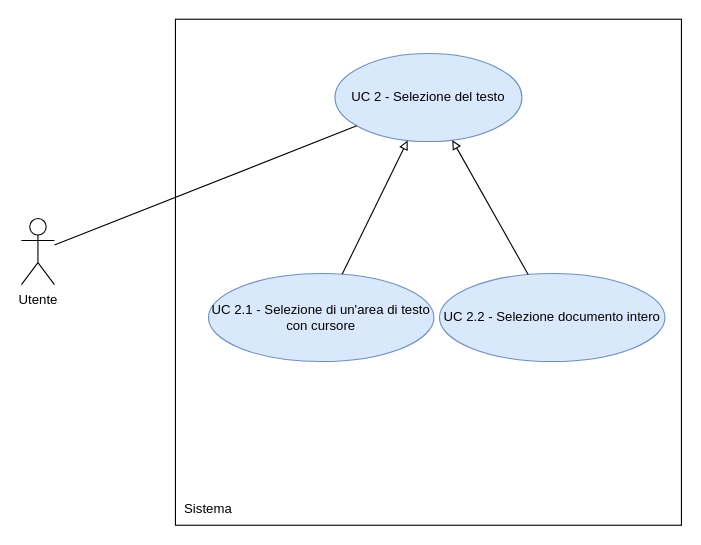
Above: RTB/doc_esterna/analisi-dei-requisiti/assets/draw.io/UC2.drawio in thebitless-group-swe/thebitless.github.io (draw.io), before the change. Source tidied: cells renumbered, new cells numbered last; positions are measured from the earlier drawing's top-left corner, leaving out a move shared by most shapes. Both pictures are drawn from the tidied source at 110%, with x=0, y=0 at pixel (21, 19).
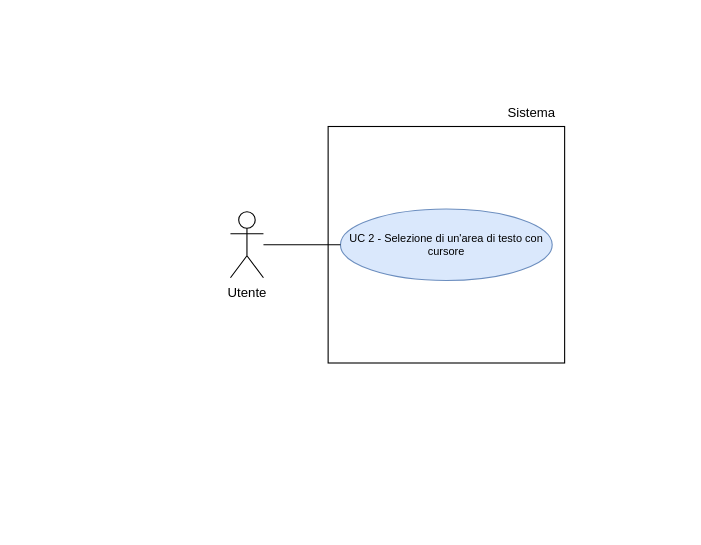
After the change.

Diff of the diagram source:
```diff
@@
 <mxGraphModel>
   <root>
     <mxCell id="0" />
     <mxCell id="1" parent="0" />
     <mxCell id="2" value="Utente" style="shape=umlActor;verticalLabelPosition=bottom;verticalAlign=top;html=1;outlineConnect=0;" parent="1" vertex="1">
-      <mxGeometry y="181.2" width="30" height="60" as="geometry" />
+      <mxGeometry x="190" y="175" width="30" height="60" as="geometry" />
     </mxCell>
-    <mxCell id="3" style="whiteSpace=wrap;html=1;" parent="1" vertex="1">
-      <mxGeometry x="140" width="460" height="460" as="geometry" />
-    </mxCell>
+    <mxCell id="11" style="whiteSpace=wrap;html=1;" parent="1" vertex="1">
+      <mxGeometry x="278.8" y="97.5" width="215" height="215" as="geometry" />
+    </mxCell>
     <mxCell id="4" value="Sistema" style="text;html=1;whiteSpace=wrap;strokeColor=none;fillColor=none;align=center;verticalAlign=middle;rounded=0;" parent="1" vertex="1">
-      <mxGeometry x="140" y="430" width="60" height="30" as="geometry" />
+      <mxGeometry x="433.8" y="70" width="60" height="30" as="geometry" />
     </mxCell>
-    <mxCell id="5" value="UC 2 - Selezione del testo" style="ellipse;whiteSpace=wrap;html=1;fillColor=#dae8fc;strokeColor=#6c8ebf;" parent="1" vertex="1">
-      <mxGeometry x="285" y="31.2" width="170" height="80" as="geometry" />
-    </mxCell>
-    <mxCell id="6" style="edgeStyle=none;rounded=0;jettySize=auto;html=1;endArrow=none;endFill=0;" parent="1" edge="1" source="2" target="5">
-      <mxGeometry relative="1" as="geometry" />
-    </mxCell>
-    <mxCell id="7" value="UC 2.1 - Selezione di un'area di testo con cursore" style="ellipse;whiteSpace=wrap;html=1;fillColor=#dae8fc;strokeColor=#6c8ebf;" parent="1" vertex="1">
-      <mxGeometry x="170" y="231.2" width="205" height="80" as="geometry" />
-    </mxCell>
-    <mxCell id="8" style="edgeStyle=none;rounded=0;jettySize=auto;html=1;endArrow=block;endFill=0;" parent="1" edge="1" source="7" target="5">
-      <mxGeometry relative="1" as="geometry" />
-    </mxCell>
-    <mxCell id="9" value="UC 2.2 - Selezione documento intero" style="ellipse;whiteSpace=wrap;html=1;fillColor=#dae8fc;strokeColor=#6c8ebf;" parent="1" vertex="1">
-      <mxGeometry x="380" y="231.2" width="205" height="80" as="geometry" />
-    </mxCell>
-    <mxCell id="10" style="edgeStyle=none;rounded=0;jettySize=auto;html=1;endArrow=block;endFill=0;" parent="1" edge="1" source="9" target="5">
-      <mxGeometry relative="1" as="geometry" />
-    </mxCell>
+    <mxCell id="12" value="UC 2 - Selezione di un'area di testo con cursore" style="ellipse;whiteSpace=wrap;html=1;fillColor=#dae8fc;strokeColor=#6c8ebf;fontSize=10;" parent="1" vertex="1">
+      <mxGeometry x="290" y="172.5" width="192.5" height="65" as="geometry" />
+    </mxCell>
+    <mxCell id="13" style="edgeStyle=none;rounded=0;jettySize=auto;html=1;endArrow=none;endFill=0;" parent="1" edge="1" source="2" target="12">
+      <mxGeometry relative="1" as="geometry" />
+    </mxCell>
   </root>
 </mxGraphModel>
```
